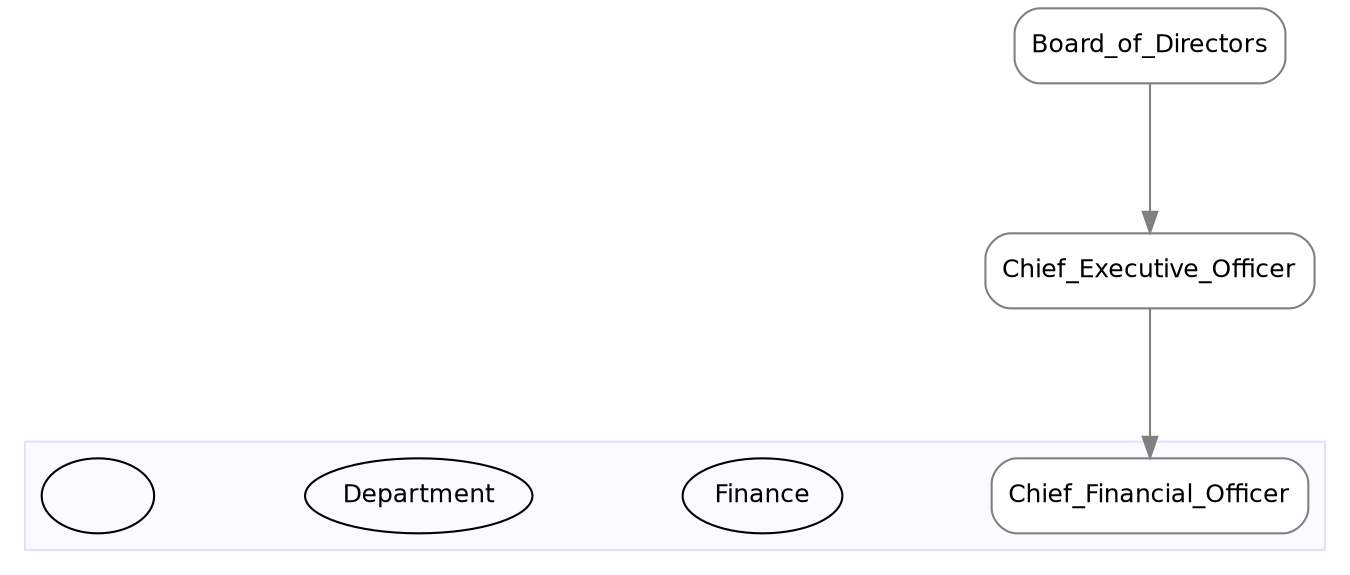
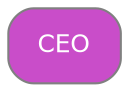
- digraph "softabank_orgchart_2025" {
+ digraph "techco" {
    graph [rankdir=TB, bgcolor=white, fontname="helvetica", fontsize=12, splines=spline, nodesep=1, ranksep=1, ordering=out, tooltip=" "]
    node [fontname="helvetica", fontsize=12]
    edge [fontname="helvetica", fontsize=12, color="#808080", style=solid, penwidth=1, arrowhead=normal, arrowtail=none]

-     board [label="Board_of_Directors", shape=box, style="rounded,solid,filled", fillcolor="#FFFFFF", penwidth=1, fontcolor="black", fillcolor="#FFFFFF", fontcolor="black", color="#808080", tooltip=" "]
-     ceo [label="Chief_Executive_Officer", shape=box, style="rounded,solid,filled", fillcolor="#FFFFFF", penwidth=1, fontcolor="black", fillcolor="#FFFFFF", fontcolor="black", color="#808080", tooltip=" "]
-     cfo [label="Chief_Financial_Officer", shape=box, style="rounded,solid,filled", fillcolor="#FFFFFF", penwidth=1, fontcolor="black", fillcolor="#FFFFFF", fontcolor="black", color="#808080", tooltip=" "]
+     ceo [label="CEO", shape=box, style="rounded,solid,filled", fillcolor="#C94DC9", penwidth=1, fontcolor="white", fillcolor="#C94DC9", fontcolor="white", color="#808080", tooltip=" "]


-     subgraph cluster_finance {
-         label=""Finance Department"";
-         style=filled;
-         color="#E0E0FF";
-         fillcolor="#E0E0FF20";
-         "cfo";
-     }
-     board -> ceo
-     ceo -> cfo
- 
}